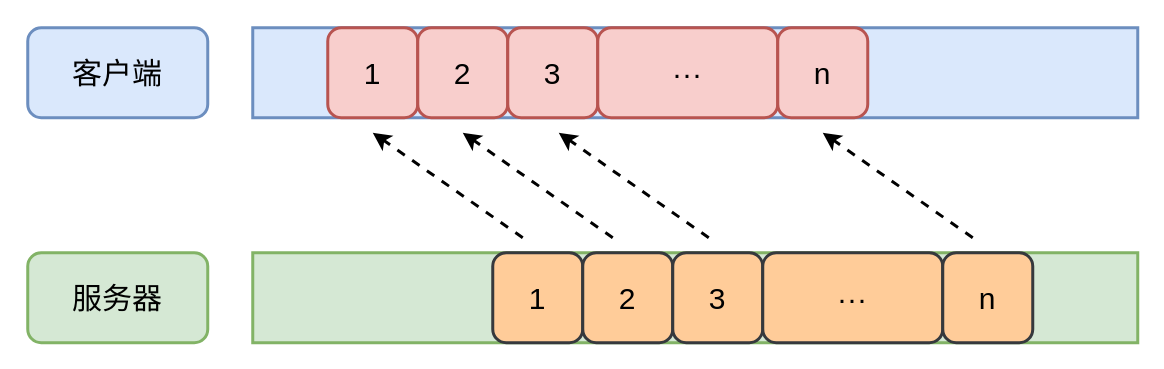
This is page "缓冲" (38 of 53) of booming/Booming ypwangv9.0 final new 104ppt-17.drawio from yrdimple/flowChart, a draw.io file, before an edit. Source tidied: cells renumbered, new cells numbered last; positions are measured from the earlier drawing's top-left corner, leaving out a move shared by most shapes. Both pictures are drawn from the tidied source at 150%, with x=0, y=0 at pixel (27, 27).
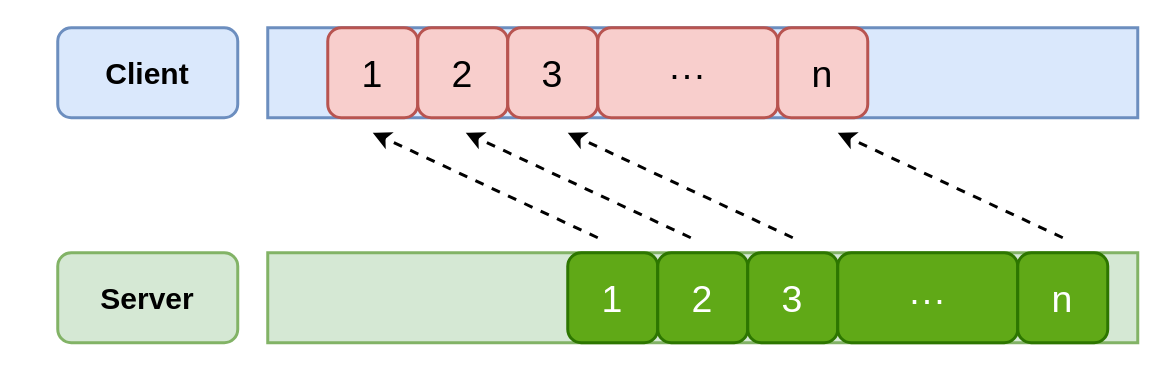
The same page after the edit.

Diff of the diagram source:
```diff
@@
-    <mxCell id="2" style="rounded=0;whiteSpace=wrap;html=1;fontSize=20;strokeWidth=2;fillColor=#dae8fc;strokeColor=#6c8ebf;" parent="1" vertex="1">
-      <mxGeometry x="150" width="590" height="60" as="geometry" />
+    <mxCell id="2" style="rounded=0;whiteSpace=wrap;html=1;fontSize=20;strokeWidth=2;fillColor=#dae8fc;strokeColor=#6c8ebf;fontStyle=1;" parent="1" vertex="1">
+      <mxGeometry x="160" width="580" height="60" as="geometry" />
     </mxCell>
-    <mxCell id="3" value="1" style="rounded=1;whiteSpace=wrap;html=1;fontSize=20;strokeWidth=2;fillColor=#f8cecc;strokeColor=#b85450;" parent="1" vertex="1">
+    <mxCell id="3" value="1" style="rounded=1;whiteSpace=wrap;html=1;fontSize=25;strokeWidth=2;fillColor=#f8cecc;strokeColor=#b85450;fontStyle=0;" parent="1" vertex="1">
       <mxGeometry x="200" width="60" height="60" as="geometry" />
     </mxCell>
-    <mxCell id="4" style="rounded=0;whiteSpace=wrap;html=1;fontSize=20;strokeWidth=2;fillColor=#d5e8d4;strokeColor=#82b366;" parent="1" vertex="1">
-      <mxGeometry x="150" y="150" width="590" height="60" as="geometry" />
+    <mxCell id="4" style="rounded=0;whiteSpace=wrap;html=1;fontSize=20;strokeWidth=2;fillColor=#d5e8d4;strokeColor=#82b366;fontStyle=1;" parent="1" vertex="1">
+      <mxGeometry x="160" y="150" width="580" height="60" as="geometry" />
     </mxCell>
-    <mxCell id="5" value="2" style="rounded=1;whiteSpace=wrap;html=1;fontSize=20;strokeWidth=2;fillColor=#f8cecc;strokeColor=#b85450;" parent="1" vertex="1">
+    <mxCell id="5" value="2" style="rounded=1;whiteSpace=wrap;html=1;fontSize=25;strokeWidth=2;fillColor=#f8cecc;strokeColor=#b85450;fontStyle=0;" parent="1" vertex="1">
       <mxGeometry x="260" width="60" height="60" as="geometry" />
     </mxCell>
-    <mxCell id="6" value="3" style="rounded=1;whiteSpace=wrap;html=1;fontSize=20;strokeWidth=2;fillColor=#f8cecc;strokeColor=#b85450;" parent="1" vertex="1">
+    <mxCell id="6" value="3" style="rounded=1;whiteSpace=wrap;html=1;fontSize=25;strokeWidth=2;fillColor=#f8cecc;strokeColor=#b85450;fontStyle=0;" parent="1" vertex="1">
       <mxGeometry x="320" width="60" height="60" as="geometry" />
     </mxCell>
-    <mxCell id="7" value="···" style="rounded=1;whiteSpace=wrap;html=1;fontSize=20;strokeWidth=2;fillColor=#f8cecc;strokeColor=#b85450;" parent="1" vertex="1">
+    <mxCell id="7" value="···" style="rounded=1;whiteSpace=wrap;html=1;fontSize=25;strokeWidth=2;fillColor=#f8cecc;strokeColor=#b85450;fontStyle=0;" parent="1" vertex="1">
       <mxGeometry x="380" width="120" height="60" as="geometry" />
     </mxCell>
-    <mxCell id="8" value="n" style="rounded=1;whiteSpace=wrap;html=1;fontSize=20;strokeWidth=2;fillColor=#f8cecc;strokeColor=#b85450;" parent="1" vertex="1">
+    <mxCell id="8" value="n" style="rounded=1;whiteSpace=wrap;html=1;fontSize=25;strokeWidth=2;fillColor=#f8cecc;strokeColor=#b85450;fontStyle=0;" parent="1" vertex="1">
       <mxGeometry x="500" width="60" height="60" as="geometry" />
     </mxCell>
-    <mxCell id="9" value="1" style="rounded=1;whiteSpace=wrap;html=1;fontSize=20;strokeWidth=2;fillColor=#ffcc99;strokeColor=#36393d;" parent="1" vertex="1">
-      <mxGeometry x="310" y="150" width="60" height="60" as="geometry" />
+    <mxCell id="9" value="1" style="rounded=1;whiteSpace=wrap;html=1;fontSize=25;strokeWidth=2;fillColor=#60a917;strokeColor=#2D7600;fontColor=#ffffff;fontStyle=0;" parent="1" vertex="1">
+      <mxGeometry x="360" y="150" width="60" height="60" as="geometry" />
     </mxCell>
-    <mxCell id="10" value="2" style="rounded=1;whiteSpace=wrap;html=1;fontSize=20;strokeWidth=2;fillColor=#ffcc99;strokeColor=#36393d;" parent="1" vertex="1">
-      <mxGeometry x="370" y="150" width="60" height="60" as="geometry" />
+    <mxCell id="10" value="2" style="rounded=1;whiteSpace=wrap;html=1;fontSize=25;strokeWidth=2;fillColor=#60a917;strokeColor=#2D7600;fontColor=#ffffff;fontStyle=0;" parent="1" vertex="1">
+      <mxGeometry x="420" y="150" width="60" height="60" as="geometry" />
     </mxCell>
-    <mxCell id="11" value="3" style="rounded=1;whiteSpace=wrap;html=1;fontSize=20;strokeWidth=2;fillColor=#ffcc99;strokeColor=#36393d;" parent="1" vertex="1">
-      <mxGeometry x="430" y="150" width="60" height="60" as="geometry" />
+    <mxCell id="11" value="3" style="rounded=1;whiteSpace=wrap;html=1;fontSize=25;strokeWidth=2;fillColor=#60a917;strokeColor=#2D7600;fontColor=#ffffff;fontStyle=0;" parent="1" vertex="1">
+      <mxGeometry x="480" y="150" width="60" height="60" as="geometry" />
     </mxCell>
-    <mxCell id="12" value="···" style="rounded=1;whiteSpace=wrap;html=1;fontSize=20;strokeWidth=2;fillColor=#ffcc99;strokeColor=#36393d;" parent="1" vertex="1">
-      <mxGeometry x="490" y="150" width="120" height="60" as="geometry" />
+    <mxCell id="12" value="···" style="rounded=1;whiteSpace=wrap;html=1;fontSize=25;strokeWidth=2;fillColor=#60a917;strokeColor=#2D7600;fontColor=#ffffff;fontStyle=0;" parent="1" vertex="1">
+      <mxGeometry x="540" y="150" width="120" height="60" as="geometry" />
     </mxCell>
-    <mxCell id="13" value="n" style="rounded=1;whiteSpace=wrap;html=1;fontSize=20;strokeWidth=2;fillColor=#ffcc99;strokeColor=#36393d;" parent="1" vertex="1">
-      <mxGeometry x="610" y="150" width="60" height="60" as="geometry" />
+    <mxCell id="13" value="n" style="rounded=1;whiteSpace=wrap;html=1;fontSize=25;strokeWidth=2;fillColor=#60a917;strokeColor=#2D7600;fontColor=#ffffff;fontStyle=0;" parent="1" vertex="1">
+      <mxGeometry x="660" y="150" width="60" height="60" as="geometry" />
     </mxCell>
-    <mxCell id="14" style="endArrow=classic;html=1;rounded=0;dashed=1;fontSize=20;strokeWidth=2;" parent="1" edge="1">
+    <mxCell id="14" style="endArrow=classic;html=1;rounded=0;dashed=1;fontSize=25;strokeWidth=2;fontStyle=0;" parent="1" edge="1">
       <mxGeometry relative="1" as="geometry">
-        <mxPoint x="330" y="140" as="sourcePoint" />
+        <mxPoint x="380" y="140" as="sourcePoint" />
         <mxPoint x="230" y="70" as="targetPoint" />
       </mxGeometry>
     </mxCell>
-    <mxCell id="15" value="客户端" style="rounded=1;whiteSpace=wrap;html=1;fontSize=20;strokeWidth=2;fillColor=#dae8fc;strokeColor=#6c8ebf;" parent="1" vertex="1">
-      <mxGeometry width="120" height="60" as="geometry" />
+    <mxCell id="15" value="Client" style="rounded=1;whiteSpace=wrap;html=1;fontSize=20;strokeWidth=2;fillColor=#dae8fc;strokeColor=#6c8ebf;fontStyle=1;" parent="1" vertex="1">
+      <mxGeometry x="20" width="120" height="60" as="geometry" />
     </mxCell>
-    <mxCell id="16" value="服务器" style="rounded=1;whiteSpace=wrap;html=1;fontSize=20;strokeWidth=2;fillColor=#d5e8d4;strokeColor=#82b366;" parent="1" vertex="1">
-      <mxGeometry y="150" width="120" height="60" as="geometry" />
+    <mxCell id="16" value="Server" style="rounded=1;whiteSpace=wrap;html=1;fontSize=20;strokeWidth=2;fillColor=#d5e8d4;strokeColor=#82b366;fontStyle=1;" parent="1" vertex="1">
+      <mxGeometry x="20" y="150" width="120" height="60" as="geometry" />
     </mxCell>
-    <mxCell id="17" style="endArrow=classic;html=1;rounded=0;dashed=1;fontSize=20;strokeWidth=2;" parent="1" edge="1">
-      <mxGeometry relative="1" as="geometry">
-        <mxPoint x="390" y="140" as="sourcePoint" />
-        <mxPoint x="290" y="70" as="targetPoint" />
-      </mxGeometry>
-    </mxCell>
-    <mxCell id="18" style="endArrow=classic;html=1;rounded=0;dashed=1;fontSize=20;strokeWidth=2;" parent="1" edge="1">
-      <mxGeometry relative="1" as="geometry">
-        <mxPoint x="454" y="140" as="sourcePoint" />
-        <mxPoint x="354" y="70" as="targetPoint" />
-      </mxGeometry>
-    </mxCell>
-    <mxCell id="19" style="endArrow=classic;html=1;rounded=0;dashed=1;fontSize=20;strokeWidth=2;" parent="1" edge="1">
-      <mxGeometry relative="1" as="geometry">
-        <mxPoint x="630" y="140" as="sourcePoint" />
-        <mxPoint x="530" y="70" as="targetPoint" />
-      </mxGeometry>
-    </mxCell>
+    <mxCell id="20" style="endArrow=classic;html=1;rounded=0;dashed=1;fontSize=25;strokeWidth=2;fontStyle=0;" parent="1" edge="1">
+      <mxGeometry relative="1" as="geometry">
+        <mxPoint x="442" y="140" as="sourcePoint" />
+        <mxPoint x="292" y="70" as="targetPoint" />
+      </mxGeometry>
+    </mxCell>
+    <mxCell id="21" style="endArrow=classic;html=1;rounded=0;dashed=1;fontSize=25;strokeWidth=2;fontStyle=0;" parent="1" edge="1">
+      <mxGeometry relative="1" as="geometry">
+        <mxPoint x="510" y="140" as="sourcePoint" />
+        <mxPoint x="360" y="70" as="targetPoint" />
+      </mxGeometry>
+    </mxCell>
+    <mxCell id="22" style="endArrow=classic;html=1;rounded=0;dashed=1;fontSize=25;strokeWidth=2;fontStyle=0;" parent="1" edge="1">
+      <mxGeometry relative="1" as="geometry">
+        <mxPoint x="690" y="140" as="sourcePoint" />
+        <mxPoint x="540" y="70" as="targetPoint" />
+      </mxGeometry>
+    </mxCell>
```
